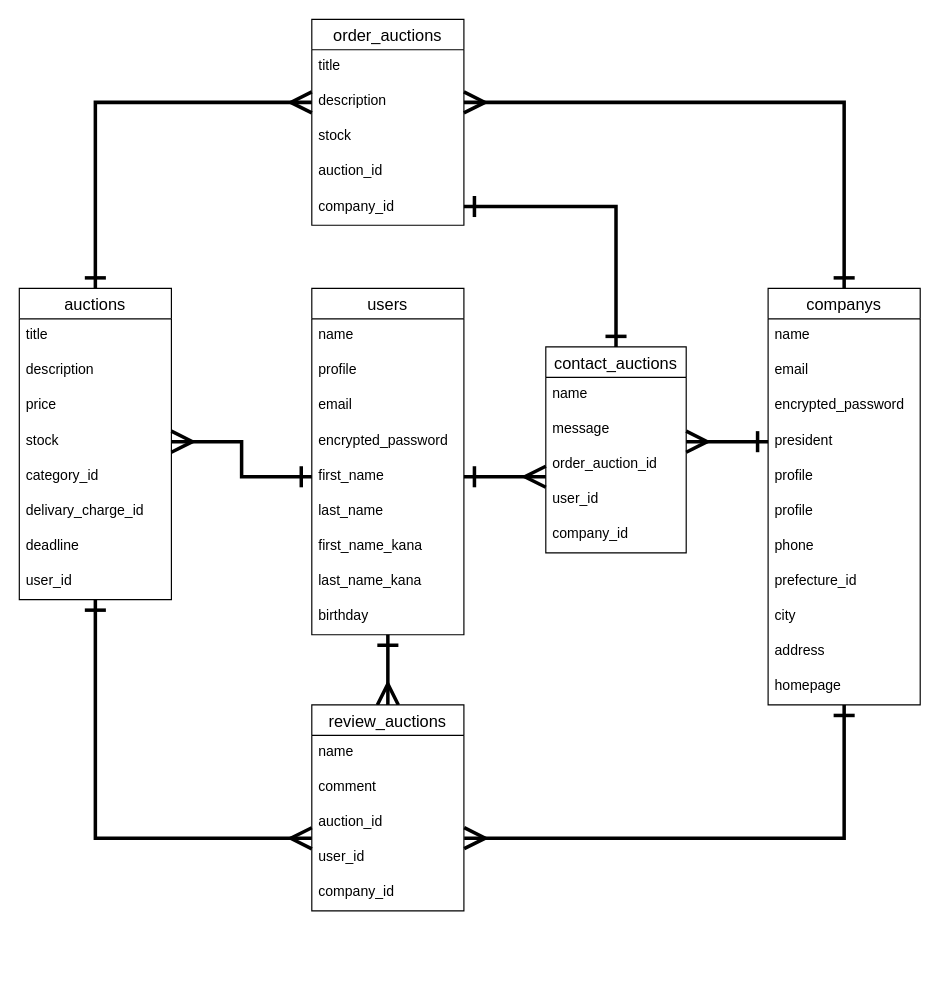
This is DB_ER_Auction.dio from Sashimi0343/losstop, a draw.io file, before an edit. Source tidied: cells renumbered, new cells numbered last; positions are measured from the earlier drawing's top-left corner, leaving out a move shared by most shapes. Both pictures are drawn from the tidied source at 117%, with x=0, y=0 at pixel (19, 19).
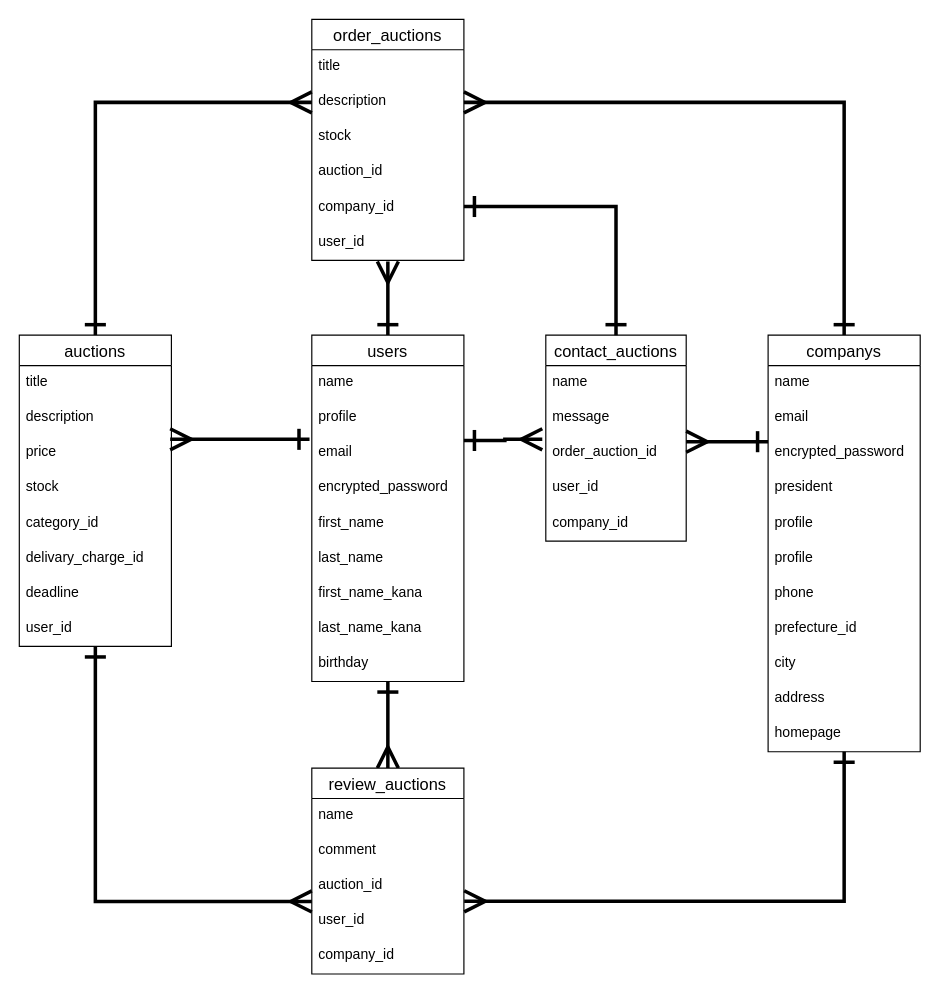
The same diagram, later.

Unchanged cells that the change refers to:
```xml
<mxCell id="7" value="encrypted_password" style="text;strokeColor=none;fillColor=none;spacingLeft=4;spacingRight=4;overflow=hidden;points=[[0,0.5],[1,0.5]];portConstraint=eastwest;fontSize=12;" parent="4" vertex="1">
  <mxGeometry y="86" width="130" height="30" as="geometry" />
</mxCell>
<mxCell id="8" value="president" style="text;strokeColor=none;fillColor=none;spacingLeft=4;spacingRight=4;overflow=hidden;points=[[0,0.5],[1,0.5]];portConstraint=eastwest;fontSize=12;" parent="4" vertex="1">
  <mxGeometry y="116" width="130" height="30" as="geometry" />
</mxCell>
<mxCell id="19" value="order_auction_id" style="text;strokeColor=none;fillColor=none;spacingLeft=4;spacingRight=4;overflow=hidden;points=[[0,0.5],[1,0.5]];portConstraint=eastwest;fontSize=12;" parent="16" vertex="1">
  <mxGeometry y="86" width="120" height="30" as="geometry" />
</mxCell>
<mxCell id="26" value="email" style="text;strokeColor=none;fillColor=none;spacingLeft=4;spacingRight=4;overflow=hidden;points=[[0,0.5],[1,0.5]];portConstraint=eastwest;fontSize=12;" parent="23" vertex="1">
  <mxGeometry y="86" width="130" height="30" as="geometry" />
</mxCell>
<mxCell id="28" value="first_name" style="text;strokeColor=none;fillColor=none;spacingLeft=4;spacingRight=4;overflow=hidden;points=[[0,0.5],[1,0.5]];portConstraint=eastwest;fontSize=12;" parent="23" vertex="1">
  <mxGeometry y="146" width="130" height="30" as="geometry" />
</mxCell>
<mxCell id="51" value="price" style="text;strokeColor=none;fillColor=none;spacingLeft=4;spacingRight=4;overflow=hidden;points=[[0,0.5],[1,0.5]];portConstraint=eastwest;fontSize=12;" parent="48" vertex="1">
  <mxGeometry y="86" width="130" height="30" as="geometry" />
</mxCell>
<mxCell id="52" value="stock" style="text;strokeColor=none;fillColor=none;spacingLeft=4;spacingRight=4;overflow=hidden;points=[[0,0.5],[1,0.5]];portConstraint=eastwest;fontSize=12;" parent="48" vertex="1">
  <mxGeometry y="116" width="130" height="30" as="geometry" />
</mxCell>
```

The edit, as a diff of the source:
```diff
@@
     <mxCell id="4" value="companys" style="swimlane;fontStyle=0;horizontal=1;startSize=26;align=center;fontSize=14;" parent="1" vertex="1">
-      <mxGeometry x="640" y="230" width="130" height="356" as="geometry" />
+      <mxGeometry x="640" y="270" width="130" height="356" as="geometry" />
     </mxCell>
@@
     <mxCell id="16" value="contact_auctions" style="swimlane;fontStyle=0;horizontal=1;startSize=26;align=center;fontSize=14;" parent="1" vertex="1">
-      <mxGeometry x="450" y="280" width="120" height="176" as="geometry" />
+      <mxGeometry x="450" y="270" width="120" height="176" as="geometry" />
     </mxCell>
@@
+    <mxCell id="60" style="edgeStyle=orthogonalEdgeStyle;rounded=0;jettySize=auto;html=1;entryX=0.5;entryY=1.033;entryDx=0;entryDy=0;entryPerimeter=0;strokeWidth=3;endSize=14;startSize=14;startArrow=ERone;startFill=0;endArrow=ERmany;endFill=0;" parent="1" edge="1" source="23" target="45">
+      <mxGeometry relative="1" as="geometry" />
+    </mxCell>
     <mxCell id="23" value="users" style="swimlane;fontStyle=0;horizontal=1;startSize=26;align=center;fontSize=14;" parent="1" vertex="1">
-      <mxGeometry x="250" y="230" width="130" height="296" as="geometry" />
+      <mxGeometry x="250" y="270" width="130" height="296" as="geometry" />
     </mxCell>
@@
     <mxCell id="33" value="review_auctions" style="swimlane;fontStyle=0;horizontal=1;startSize=26;align=center;fontSize=14;" parent="1" vertex="1">
-      <mxGeometry x="250" y="586" width="130" height="176" as="geometry" />
+      <mxGeometry x="250" y="640" width="130" height="176" as="geometry" />
     </mxCell>
@@
     <mxCell id="40" value="order_auctions" style="swimlane;fontStyle=0;horizontal=1;startSize=26;align=center;fontSize=14;" parent="1" vertex="1">
-      <mxGeometry x="250" width="130" height="176" as="geometry" />
+      <mxGeometry x="250" width="130" height="206" as="geometry" />
     </mxCell>
@@
+    <mxCell id="61" value="company_id" style="text;strokeColor=none;fillColor=none;spacingLeft=4;spacingRight=4;overflow=hidden;fontSize=12;" parent="40" vertex="1">
+      <mxGeometry y="146" width="130" height="30" as="geometry" />
+    </mxCell>
-    <mxCell id="45" value="company_id" style="text;strokeColor=none;fillColor=none;spacingLeft=4;spacingRight=4;overflow=hidden;points=[[0,0.5],[1,0.5]];portConstraint=eastwest;fontSize=12;" parent="40" vertex="1">
-      <mxGeometry y="146" width="130" height="30" as="geometry" />
+    <mxCell id="45" value="user_id" style="text;strokeColor=none;fillColor=none;spacingLeft=4;spacingRight=4;overflow=hidden;points=[[0,0.5],[1,0.5]];portConstraint=eastwest;fontSize=12;" parent="40" vertex="1">
+      <mxGeometry y="176" width="130" height="30" as="geometry" />
     </mxCell>
@@
     <mxCell id="48" value="auctions" style="swimlane;fontStyle=0;horizontal=1;startSize=26;align=center;fontSize=14;" parent="1" vertex="1">
-      <mxGeometry y="230" width="130" height="266" as="geometry" />
+      <mxGeometry y="270" width="130" height="266" as="geometry" />
     </mxCell>
@@
-    <mxCell id="57" style="edgeStyle=orthogonalEdgeStyle;rounded=0;jettySize=auto;html=1;entryX=1;entryY=0.5;entryDx=0;entryDy=0;strokeWidth=3;endSize=14;startSize=14;startArrow=ERone;startFill=0;endArrow=ERmany;endFill=0;" parent="1" edge="1" source="28" target="52">
+    <mxCell id="57" style="edgeStyle=orthogonalEdgeStyle;rounded=0;jettySize=auto;html=1;entryX=0.992;entryY=0.1;entryDx=0;entryDy=0;strokeWidth=3;endSize=14;startSize=14;startArrow=ERone;startFill=0;endArrow=ERmany;endFill=0;exitX=-0.015;exitY=0.1;exitDx=0;exitDy=0;exitPerimeter=0;entryPerimeter=0;" parent="1" edge="1" source="26" target="51">
       <mxGeometry relative="1" as="geometry" />
     </mxCell>
-    <mxCell id="58" style="edgeStyle=orthogonalEdgeStyle;rounded=0;jettySize=auto;html=1;entryX=0;entryY=0.833;entryDx=0;entryDy=0;entryPerimeter=0;startArrow=ERone;startFill=0;startSize=14;endArrow=ERmany;endFill=0;endSize=14;strokeWidth=3;" parent="1" edge="1" source="28" target="19">
-      <mxGeometry relative="1" as="geometry" />
+    <mxCell id="58" style="edgeStyle=orthogonalEdgeStyle;rounded=0;jettySize=auto;html=1;entryX=-0.025;entryY=0.1;entryDx=0;entryDy=0;entryPerimeter=0;startArrow=ERone;startFill=0;startSize=14;endArrow=ERmany;endFill=0;endSize=14;strokeWidth=3;exitX=1;exitY=0.133;exitDx=0;exitDy=0;exitPerimeter=0;" parent="1" edge="1" source="26" target="19">
+      <mxGeometry relative="1" as="geometry">
+        <Array as="points">
+          <mxPoint x="415" y="359" />
+        </Array>
+      </mxGeometry>
     </mxCell>
-    <mxCell id="59" style="edgeStyle=orthogonalEdgeStyle;rounded=0;jettySize=auto;html=1;startArrow=ERone;startFill=0;startSize=14;endArrow=ERmany;endFill=0;endSize=14;strokeWidth=3;" parent="1" edge="1" source="8">
+    <mxCell id="59" style="edgeStyle=orthogonalEdgeStyle;rounded=0;jettySize=auto;html=1;startArrow=ERone;startFill=0;startSize=14;endArrow=ERmany;endFill=0;endSize=14;strokeWidth=3;exitX=0;exitY=0.167;exitDx=0;exitDy=0;exitPerimeter=0;" parent="1" edge="1" source="7">
       <mxGeometry relative="1" as="geometry">
         <mxPoint x="570" y="361" as="targetPoint" />
       </mxGeometry>
     </mxCell>
```
